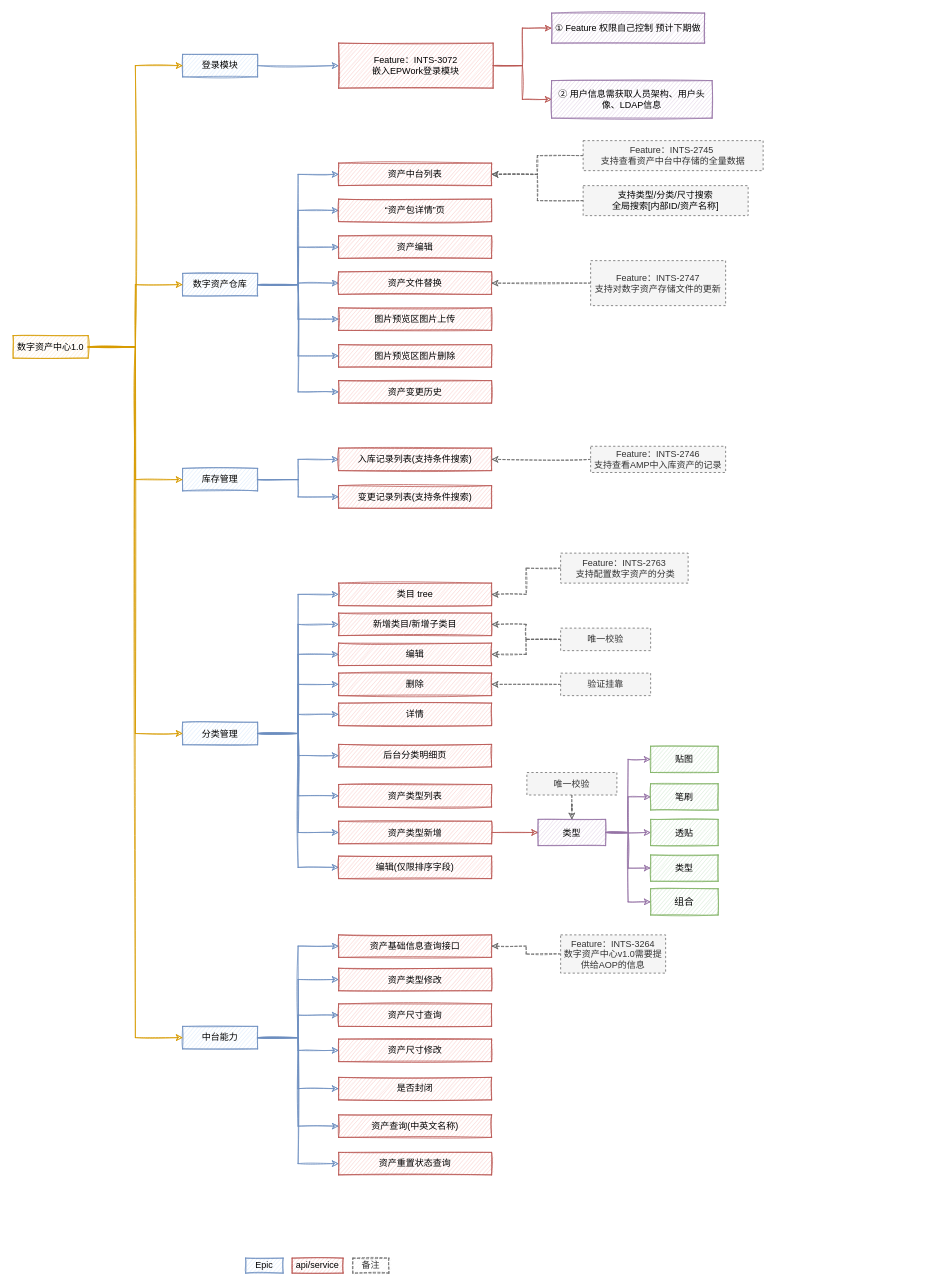
Above: 数字资产中心1.0.drawio in booldesign/draw (draw.io), before the change. Source tidied: cells renumbered, new cells numbered last; positions are measured from the earlier drawing's top-left corner, leaving out a move shared by most shapes. Both pictures are drawn from the tidied source at 75%, with x=0, y=0 at pixel (13, 13).
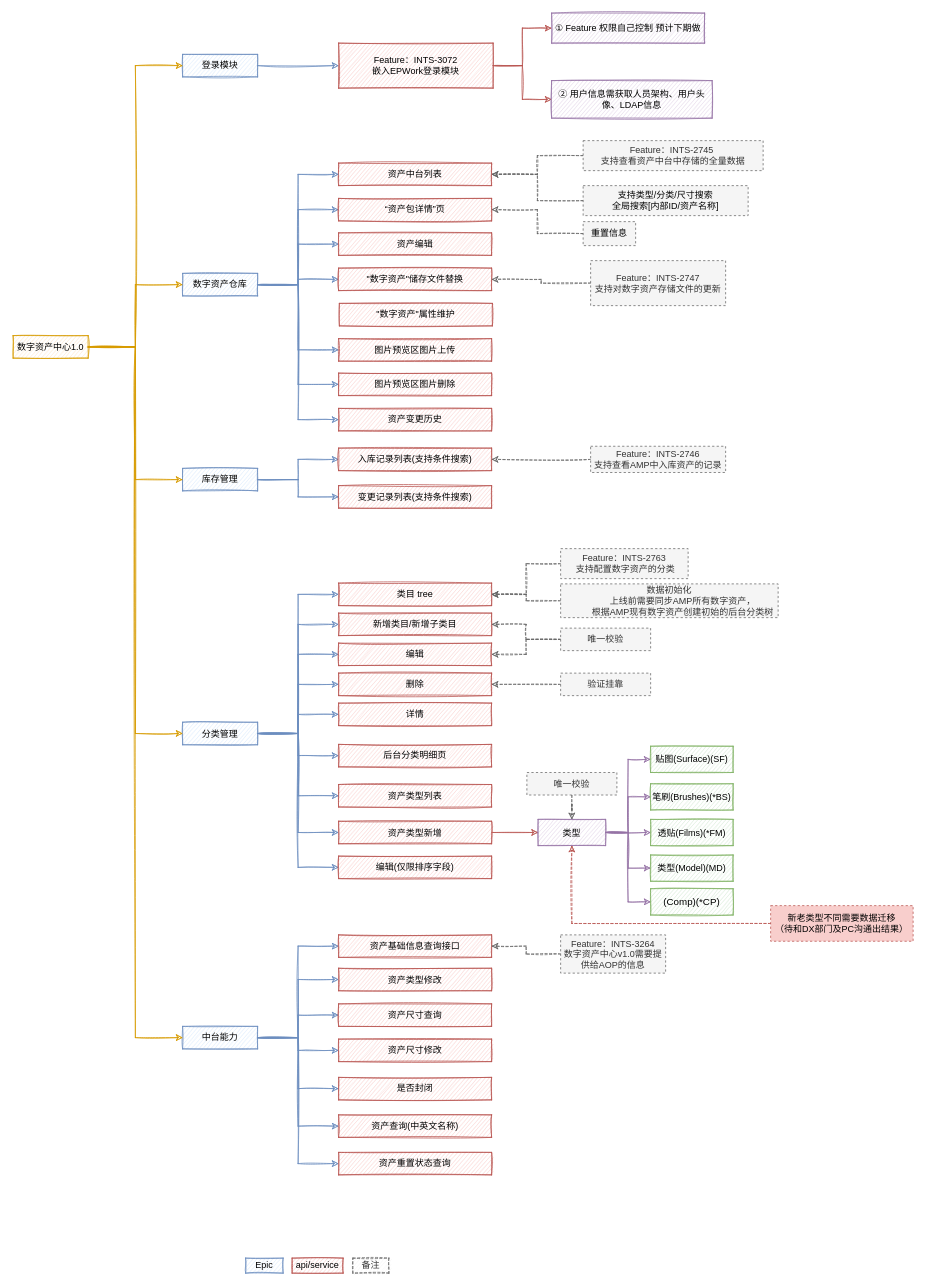
Above is the later version.

Commit message:
更新数字资产中心1.0.drawio

Unchanged cells that the change refers to:
```xml
<mxCell id="52" value="类型" style="rounded=0;whiteSpace=wrap;html=1;sketch=1;fillColor=#e1d5e7;strokeColor=#9673a6;" parent="1" vertex="1">
  <mxGeometry x="700" y="1075" width="90" height="35" as="geometry" />
</mxCell>
<mxCell id="80" value="类目 tree" style="rounded=0;whiteSpace=wrap;html=1;sketch=1;fillColor=#f8cecc;strokeColor=#b85450;" parent="1" vertex="1">
  <mxGeometry x="434" y="760" width="204" height="30" as="geometry" />
</mxCell>
```

The edit, as a diff of the source:
```diff
@@
-    <mxCell id="53" value="贴图" style="rounded=0;whiteSpace=wrap;html=1;sketch=1;fillColor=#d5e8d4;strokeColor=#82b366;" parent="1" vertex="1">
-      <mxGeometry x="850" y="977.5" width="90" height="35" as="geometry" />
+    <mxCell id="53" value="贴图(Surface)(SF)" style="rounded=0;whiteSpace=wrap;html=1;sketch=1;fillColor=#d5e8d4;strokeColor=#82b366;" parent="1" vertex="1">
+      <mxGeometry x="850" y="977.5" width="110" height="35" as="geometry" />
     </mxCell>
-    <mxCell id="54" value="笔刷" style="rounded=0;whiteSpace=wrap;html=1;sketch=1;fillColor=#d5e8d4;strokeColor=#82b366;" parent="1" vertex="1">
-      <mxGeometry x="850" y="1027.5" width="90" height="35" as="geometry" />
+    <mxCell id="54" value="笔刷(Brushes)(*BS)" style="rounded=0;whiteSpace=wrap;html=1;sketch=1;fillColor=#d5e8d4;strokeColor=#82b366;" parent="1" vertex="1">
+      <mxGeometry x="850" y="1027.5" width="110" height="35" as="geometry" />
     </mxCell>
-    <mxCell id="55" value="透贴" style="rounded=0;whiteSpace=wrap;html=1;sketch=1;fillColor=#d5e8d4;strokeColor=#82b366;" parent="1" vertex="1">
-      <mxGeometry x="850" y="1075" width="90" height="35" as="geometry" />
+    <mxCell id="55" value="透贴(Films)(*FM)" style="rounded=0;whiteSpace=wrap;html=1;sketch=1;fillColor=#d5e8d4;strokeColor=#82b366;" parent="1" vertex="1">
+      <mxGeometry x="850" y="1075" width="110" height="35" as="geometry" />
     </mxCell>
-    <mxCell id="56" value="类型" style="rounded=0;whiteSpace=wrap;html=1;sketch=1;fillColor=#d5e8d4;strokeColor=#82b366;" parent="1" vertex="1">
-      <mxGeometry x="850" y="1122.5" width="90" height="35" as="geometry" />
+    <mxCell id="56" value="类型(Model)(MD)" style="rounded=0;whiteSpace=wrap;html=1;sketch=1;fillColor=#d5e8d4;strokeColor=#82b366;" parent="1" vertex="1">
+      <mxGeometry x="850" y="1122.5" width="110" height="35" as="geometry" />
     </mxCell>
-    <mxCell id="57" value="&lt;div&gt;&lt;span style=&quot;font-family: &amp;#34;larkhacksafarifont&amp;#34; , &amp;#34;larkemojifont&amp;#34; , &amp;#34;larkchinesequote&amp;#34; , , &amp;#34;blinkmacsystemfont&amp;#34; , &amp;#34;helvetica neue&amp;#34; , &amp;#34;arial&amp;#34; , &amp;#34;segoe ui&amp;#34; , &amp;#34;pingfang sc&amp;#34; , &amp;#34;microsoft yahei&amp;#34; , &amp;#34;hiragino sans gb&amp;#34; , sans-serif , &amp;#34;apple color emoji&amp;#34; , &amp;#34;segoe ui emoji&amp;#34; , &amp;#34;segoe ui symbol&amp;#34; , &amp;#34;noto color emoji&amp;#34;&quot;&gt;&lt;span style=&quot;font-size: 13px&quot;&gt;组合&lt;/span&gt;&lt;/span&gt;&lt;/div&gt;" style="rounded=0;whiteSpace=wrap;html=1;sketch=1;fillColor=#d5e8d4;strokeColor=#82b366;" parent="1" vertex="1">
-      <mxGeometry x="850" y="1167.5" width="90" height="35" as="geometry" />
+    <mxCell id="57" value="&lt;span style=&quot;font-size: 13px&quot;&gt;(Comp)(*CP)&lt;/span&gt;" style="rounded=0;whiteSpace=wrap;html=1;sketch=1;fillColor=#d5e8d4;strokeColor=#82b366;" parent="1" vertex="1">
+      <mxGeometry x="850" y="1167.5" width="110" height="35" as="geometry" />
     </mxCell>
     <mxCell id="58" value="“资产包详情”页" style="rounded=0;whiteSpace=wrap;html=1;sketch=1;fillColor=#f8cecc;strokeColor=#b85450;" parent="1" vertex="1">
-      <mxGeometry x="434" y="248" width="204" height="30" as="geometry" />
+      <mxGeometry x="434" y="247" width="204" height="30" as="geometry" />
     </mxCell>
@@
     <mxCell id="61" value="资产编辑" style="rounded=0;whiteSpace=wrap;html=1;sketch=1;fillColor=#f8cecc;strokeColor=#b85450;" parent="1" vertex="1">
-      <mxGeometry x="434" y="297" width="204" height="30" as="geometry" />
+      <mxGeometry x="434" y="293" width="204" height="30" as="geometry" />
     </mxCell>
-    <mxCell id="62" value="资产文件替换" style="rounded=0;whiteSpace=wrap;html=1;sketch=1;fillColor=#f8cecc;strokeColor=#b85450;" parent="1" vertex="1">
-      <mxGeometry x="434" y="345" width="204" height="30" as="geometry" />
+    <mxCell id="62" value="&quot;数字资产&quot;储存文件替换" style="rounded=0;whiteSpace=wrap;html=1;sketch=1;fillColor=#f8cecc;strokeColor=#b85450;" parent="1" vertex="1">
+      <mxGeometry x="434" y="340" width="204" height="30" as="geometry" />
     </mxCell>
     <mxCell id="63" value="图片预览区图片上传" style="rounded=0;whiteSpace=wrap;html=1;sketch=1;fillColor=#f8cecc;strokeColor=#b85450;" parent="1" vertex="1">
-      <mxGeometry x="434" y="393" width="204" height="30" as="geometry" />
+      <mxGeometry x="434" y="434" width="204" height="30" as="geometry" />
     </mxCell>
     <mxCell id="64" value="图片预览区图片删除" style="rounded=0;whiteSpace=wrap;html=1;sketch=1;fillColor=#f8cecc;strokeColor=#b85450;" parent="1" vertex="1">
-      <mxGeometry x="434" y="442" width="204" height="30" as="geometry" />
+      <mxGeometry x="434" y="480" width="204" height="30" as="geometry" />
     </mxCell>
     <mxCell id="65" value="资产变更历史" style="rounded=0;whiteSpace=wrap;html=1;sketch=1;fillColor=#f8cecc;strokeColor=#b85450;" parent="1" vertex="1">
-      <mxGeometry x="434" y="490" width="204" height="30" as="geometry" />
+      <mxGeometry x="434" y="527" width="204" height="30" as="geometry" />
     </mxCell>
@@
     <mxCell id="85" value="Feature：INTS-2763&lt;br&gt;&amp;nbsp;支持配置数字资产的分类" style="rounded=0;whiteSpace=wrap;html=1;dashed=1;disableMultiStrokeFill=0;fillColor=#f5f5f5;fontColor=#333333;strokeColor=#666666;" parent="1" vertex="1">
-      <mxGeometry x="730" y="720" width="170" height="40" as="geometry" />
+      <mxGeometry x="730" y="714" width="170" height="40" as="geometry" />
     </mxCell>
@@
+    <mxCell id="104" style="edgeStyle=orthogonalEdgeStyle;rounded=0;sketch=1;jettySize=auto;html=1;entryX=0.5;entryY=1;entryDx=0;entryDy=0;strokeColor=#b85450;dashed=1;fillColor=#f8cecc;" parent="1" edge="1" source="105" target="52">
+      <mxGeometry relative="1" as="geometry" />
+    </mxCell>
+    <mxCell id="105" value="新老类型不同需要数据迁移&lt;br&gt;（待和DX部门及PC沟通出结果）" style="rounded=0;whiteSpace=wrap;html=1;dashed=1;disableMultiStrokeFill=0;fillColor=#f8cecc;strokeColor=#b85450;" parent="1" vertex="1">
+      <mxGeometry x="1010" y="1190" width="190" height="47.5" as="geometry" />
+    </mxCell>
+    <mxCell id="106" style="edgeStyle=orthogonalEdgeStyle;rounded=0;sketch=1;jettySize=auto;html=1;entryX=1;entryY=0.5;entryDx=0;entryDy=0;dashed=1;strokeColor=#666666;fillColor=#f5f5f5;" parent="1" edge="1" source="107" target="58">
+      <mxGeometry relative="1" as="geometry" />
+    </mxCell>
+    <mxCell id="107" value="&lt;font color=&quot;#000000&quot;&gt;重置信息&lt;/font&gt;" style="rounded=0;whiteSpace=wrap;html=1;dashed=1;disableMultiStrokeFill=0;fillColor=#f5f5f5;fontColor=#333333;strokeColor=#666666;" parent="1" vertex="1">
+      <mxGeometry x="760" y="278" width="70" height="32" as="geometry" />
+    </mxCell>
+    <mxCell id="108" value="&quot;数字资产&quot;属性维护" style="rounded=0;whiteSpace=wrap;html=1;sketch=1;fillColor=#f8cecc;strokeColor=#b85450;" parent="1" vertex="1">
+      <mxGeometry x="435" y="387" width="204" height="30" as="geometry" />
+    </mxCell>
+    <mxCell id="109" style="edgeStyle=orthogonalEdgeStyle;rounded=0;sketch=1;jettySize=auto;html=1;dashed=1;strokeColor=#666666;fillColor=#f5f5f5;" parent="1" edge="1" source="110" target="80">
+      <mxGeometry relative="1" as="geometry" />
+    </mxCell>
+    <mxCell id="110" value="&lt;div class=&quot;okr-block-clipboard&quot;&gt;&lt;/div&gt;&lt;div&gt;数据初始化&lt;/div&gt;&lt;div&gt;&lt;div class=&quot;okr-block-clipboard&quot;&gt;&lt;/div&gt;&lt;div&gt;&lt;div style=&quot;margin-left: 3em&quot;&gt;上线前需要同步AMP所有数字资产，&lt;/div&gt;&lt;div style=&quot;margin-left: 3em&quot;&gt;根据AMP现有数字资产创建初始的后台分类树&lt;/div&gt;&lt;/div&gt;&lt;/div&gt;" style="rounded=0;whiteSpace=wrap;html=1;dashed=1;disableMultiStrokeFill=0;fillColor=#f5f5f5;fontColor=#333333;strokeColor=#666666;" parent="1" vertex="1">
+      <mxGeometry x="730" y="761" width="290" height="45" as="geometry" />
+    </mxCell>
```
